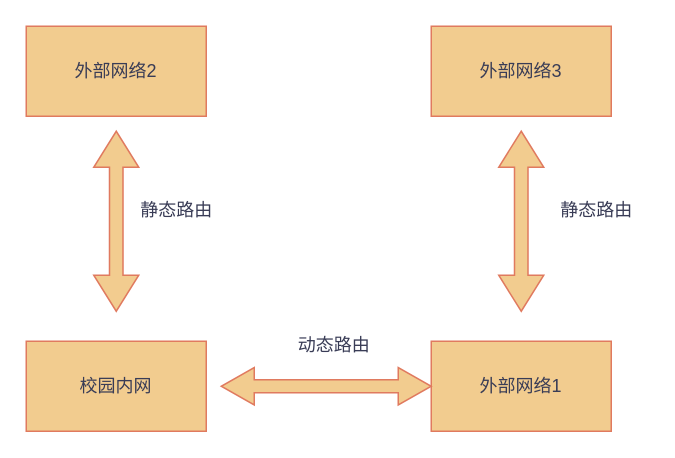
Above: page "第 1 页" (1 of 3) of 未命名绘图.drawio in yyy-router/drawio (draw.io), before the change. Source tidied: cells renumbered, new cells numbered last; positions are measured from the earlier drawing's top-left corner, leaving out a move shared by most shapes. Both pictures are drawn from the tidied source at 150%, with x=0, y=0 at pixel (26, 26).
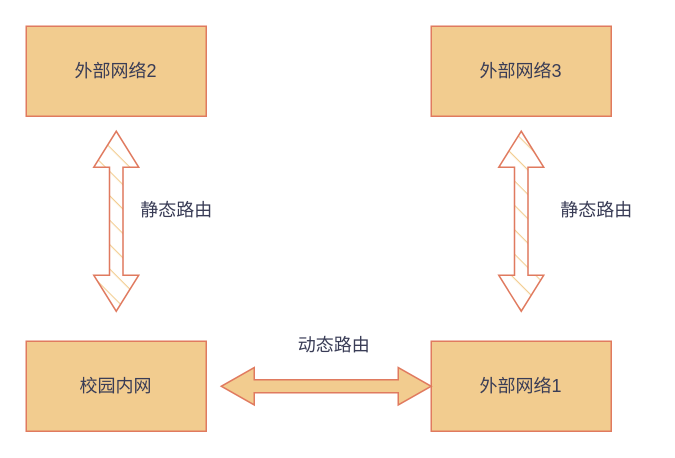
The same diagram, later.

Commit message (it also covers changes not shown here):
更新未命名绘图.drawio

Diff of the diagram source:
```diff
@@
 <mxGraphModel>
   <root>
     <mxCell id="0" />
     <mxCell id="1" parent="0" />
     <mxCell id="2" value="校园内网" style="rounded=0;whiteSpace=wrap;html=1;labelBackgroundColor=none;fillColor=#F2CC8F;strokeColor=#E07A5F;fontColor=#393C56;" parent="1" vertex="1">
       <mxGeometry y="210" width="120" height="60" as="geometry" />
     </mxCell>
     <mxCell id="3" value="外部网络1" style="rounded=0;whiteSpace=wrap;html=1;labelBackgroundColor=none;fillColor=#F2CC8F;strokeColor=#E07A5F;fontColor=#393C56;" parent="1" vertex="1">
       <mxGeometry x="270" y="210" width="120" height="60" as="geometry" />
     </mxCell>
     <mxCell id="4" value="外部网络2" style="rounded=0;whiteSpace=wrap;html=1;labelBackgroundColor=none;fillColor=#F2CC8F;strokeColor=#E07A5F;fontColor=#393C56;" parent="1" vertex="1">
       <mxGeometry width="120" height="60" as="geometry" />
     </mxCell>
     <mxCell id="5" value="外部网络3" style="rounded=0;whiteSpace=wrap;html=1;labelBackgroundColor=none;fillColor=#F2CC8F;strokeColor=#E07A5F;fontColor=#393C56;" parent="1" vertex="1">
       <mxGeometry x="270" width="120" height="60" as="geometry" />
     </mxCell>
     <mxCell id="6" value="动态路由" style="text;html=1;align=center;verticalAlign=middle;strokeColor=none;fillColor=none;labelBackgroundColor=none;fontColor=#393C56;" parent="1" vertex="1">
       <mxGeometry x="170" y="197.5" width="70" height="30" as="geometry" />
     </mxCell>
     <mxCell id="7" style="html=1;shadow=0;dashed=0;align=center;verticalAlign=middle;shape=mxgraph.arrows2.twoWayArrow;dy=0.65;dx=22;strokeColor=#E07A5F;fontColor=#393C56;fillColor=#F2CC8F;" parent="1" vertex="1">
       <mxGeometry x="130" y="227.5" width="140" height="25" as="geometry" />
     </mxCell>
-    <mxCell id="8" style="shape=doubleArrow;direction=south;whiteSpace=wrap;html=1;strokeColor=#E07A5F;fontColor=#393C56;fillColor=#F2CC8F;" parent="1" vertex="1">
+    <mxCell id="8" style="shape=doubleArrow;direction=south;whiteSpace=wrap;html=1;strokeColor=#E07A5F;fontColor=#393C56;fillColor=#F2CC8F;fillStyle=hatch;" parent="1" vertex="1">
       <mxGeometry x="45" y="70" width="30" height="120" as="geometry" />
     </mxCell>
-    <mxCell id="9" style="shape=doubleArrow;direction=south;whiteSpace=wrap;html=1;strokeColor=#E07A5F;fontColor=#393C56;fillColor=#F2CC8F;" parent="1" vertex="1">
+    <mxCell id="9" style="shape=doubleArrow;direction=south;whiteSpace=wrap;html=1;strokeColor=#E07A5F;fontColor=#393C56;fillColor=#F2CC8F;fillStyle=hatch;" parent="1" vertex="1">
       <mxGeometry x="315" y="70" width="30" height="120" as="geometry" />
     </mxCell>
     <mxCell id="10" value="静态路由" style="text;html=1;align=center;verticalAlign=middle;strokeColor=none;fillColor=none;fontColor=#393C56;" parent="1" vertex="1">
       <mxGeometry x="65" y="108" width="70" height="30" as="geometry" />
     </mxCell>
     <mxCell id="11" value="静态路由" style="text;html=1;align=center;verticalAlign=middle;strokeColor=none;fillColor=none;fontColor=#393C56;" parent="1" vertex="1">
       <mxGeometry x="345" y="108" width="70" height="30" as="geometry" />
     </mxCell>
   </root>
 </mxGraphModel>
```
